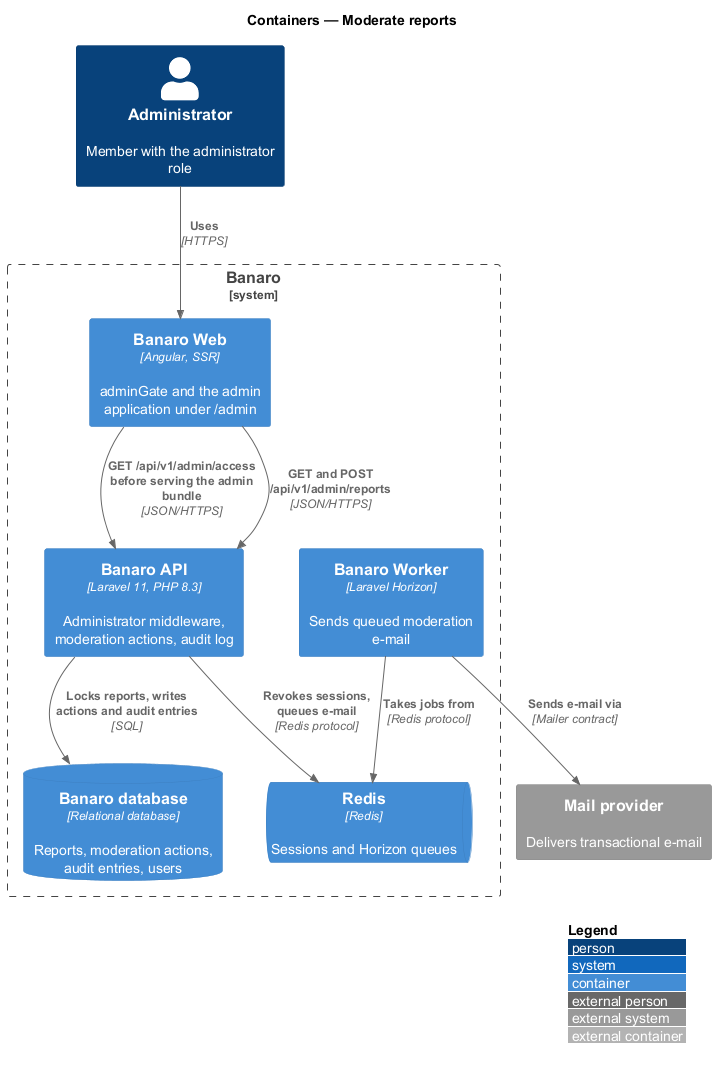
This is docs/detailed-designs/trust-and-safety/moderate-reports/diagrams/c4-container.png from QuinntyneBrown/banaro, a PlantUML export, as it was before one commit. The source it was exported from:
```plantuml
@startuml
!include <C4/C4_Container>
LAYOUT_WITH_LEGEND()
title Containers — Moderate reports

Person(admin, "Administrator", "Member with the administrator role")
System_Ext(mail, "Mail provider", "Delivers transactional e-mail")

System_Boundary(banaro, "Banaro") {
  Container(web, "Banaro Web", "Angular, SSR", "adminGate and the admin application under /admin")
  Container(api, "Banaro API", "Laravel 11, PHP 8.3", "Administrator middleware, moderation actions, audit log")
  Container(worker, "Banaro Worker", "Laravel Horizon", "Sends queued moderation e-mail")
  ContainerDb(db, "Banaro database", "Relational database", "Reports, moderation actions, audit entries, users")
  ContainerQueue(redis, "Redis", "Redis", "Sessions and Horizon queues")
}

Rel(admin, web, "Uses", "HTTPS")
Rel(web, api, "GET /api/v1/admin/access before serving the admin bundle", "JSON/HTTPS")
Rel(web, api, "GET and POST /api/v1/admin/reports", "JSON/HTTPS")
Rel(api, db, "Locks reports, writes actions and audit entries", "SQL")
Rel(api, redis, "Revokes sessions, queues e-mail", "Redis protocol")
Rel(worker, redis, "Takes jobs from", "Redis protocol")
Rel(worker, mail, "Sends e-mail via", "Mailer contract")
@enduml
```
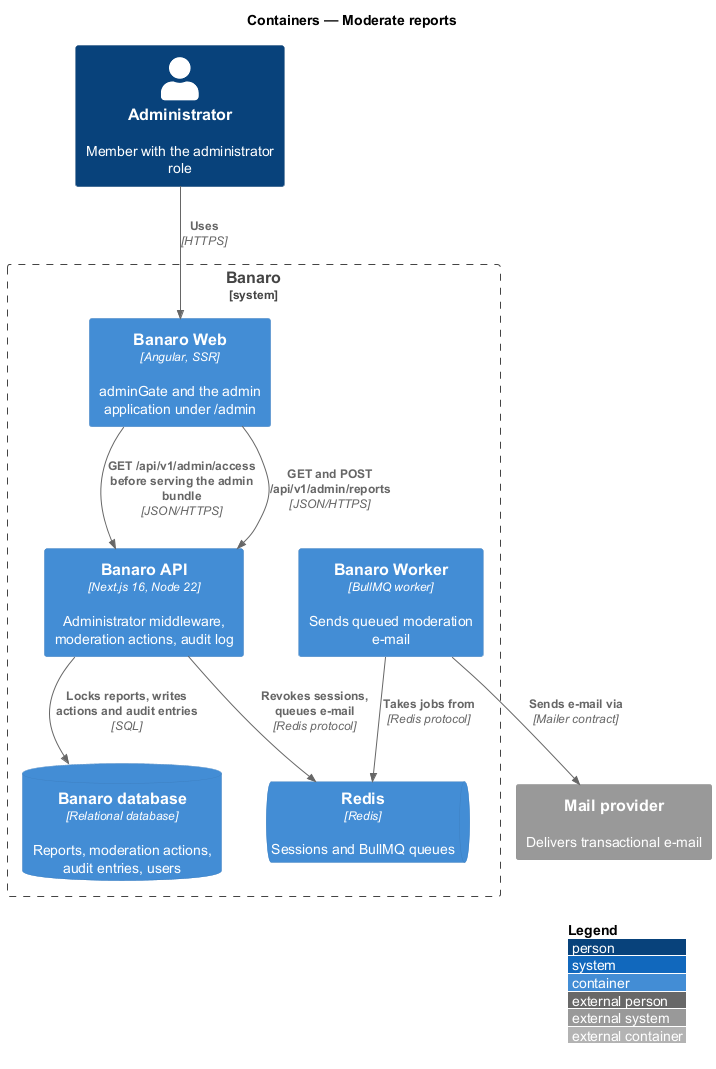
After the commit.

Diff of the diagram source:
```diff
@@ -8,10 +8,10 @@
 
 System_Boundary(banaro, "Banaro") {
   Container(web, "Banaro Web", "Angular, SSR", "adminGate and the admin application under /admin")
-  Container(api, "Banaro API", "Laravel 11, PHP 8.3", "Administrator middleware, moderation actions, audit log")
-  Container(worker, "Banaro Worker", "Laravel Horizon", "Sends queued moderation e-mail")
+  Container(api, "Banaro API", "Next.js 16, Node 22", "Administrator middleware, moderation actions, audit log")
+  Container(worker, "Banaro Worker", "BullMQ worker", "Sends queued moderation e-mail")
   ContainerDb(db, "Banaro database", "Relational database", "Reports, moderation actions, audit entries, users")
-  ContainerQueue(redis, "Redis", "Redis", "Sessions and Horizon queues")
+  ContainerQueue(redis, "Redis", "Redis", "Sessions and BullMQ queues")
 }
 
 Rel(admin, web, "Uses", "HTTPS")
```
